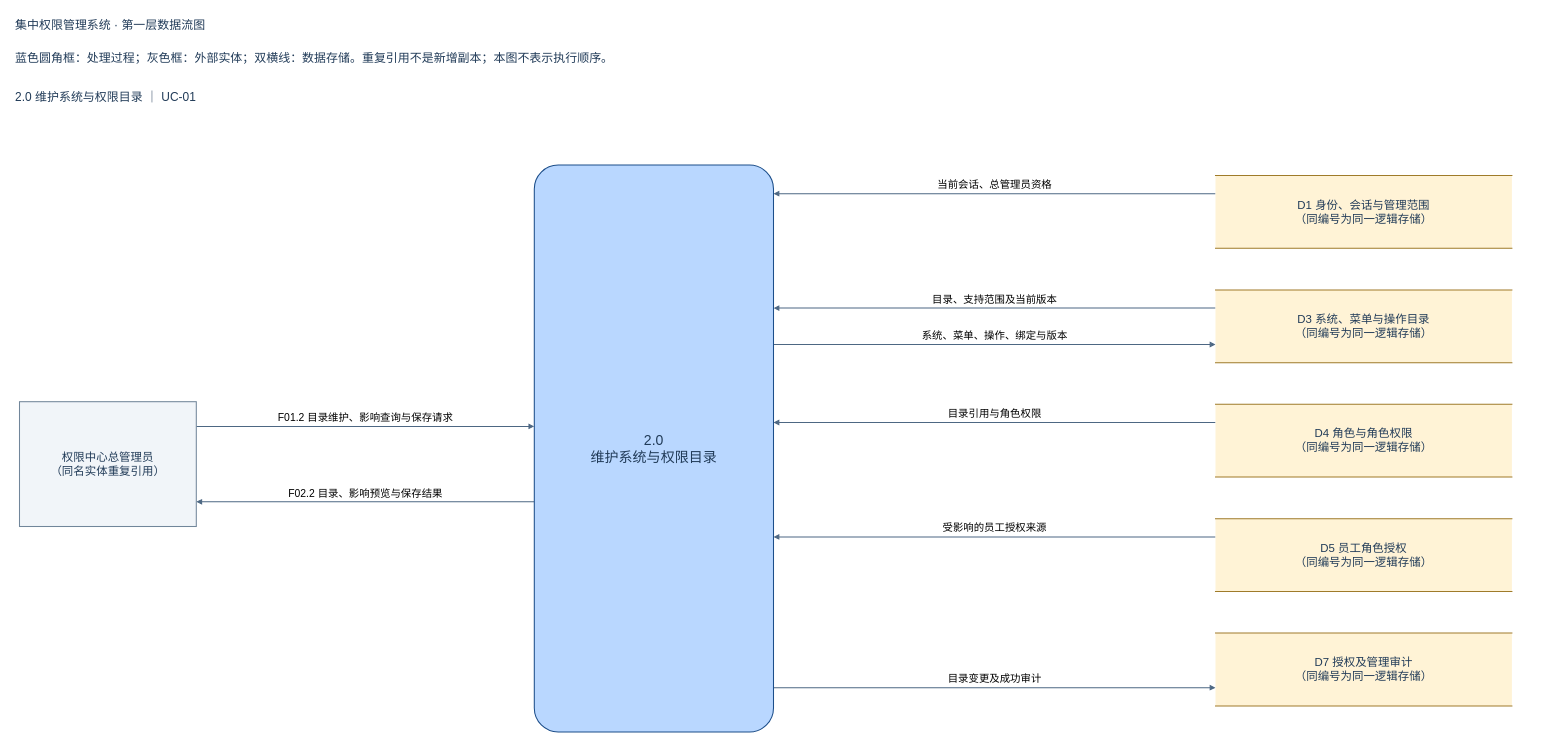
The draw.io diagram page "2.0 维护系统与权限目录" (2 of 7) of docs/dataflows-v1/第一层数据流图_分区阅读.drawio in Noah-hope/RBAC-admin, before the edit. Source tidied: cells renumbered, new cells numbered last; positions are measured from the earlier drawing's top-left corner, leaving out a move shared by most shapes. Both pictures are drawn from the tidied source at 52%, with x=0, y=0 at pixel (9, 9).
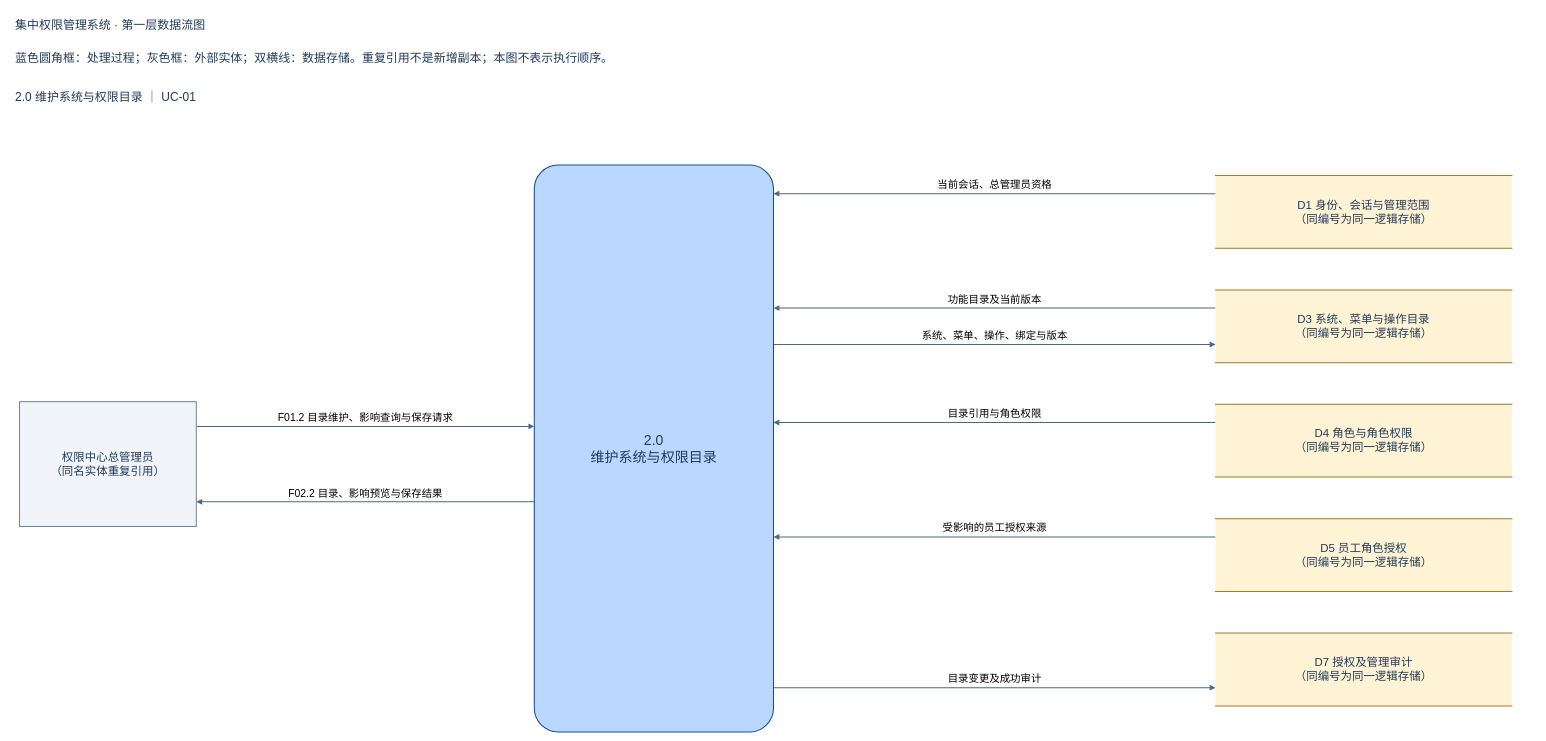
After the change.

The change refers to these unchanged cells:
```xml
<mxCell id="13" value="2.0&lt;br&gt;维护系统与权限目录" style="html=1;whiteSpace=wrap;fontFamily=Microsoft YaHei;fontSize=22;fontColor=#213b58;align=center;verticalAlign=middle;strokeWidth=2;spacing=12;rounded=1;arcSize=10;fillColor=#b9d7ff;strokeColor=#1c4e8a;fontSize=27;" parent="1" vertex="1">
  <mxGeometry x="1010" y="300" width="460" height="1090" as="geometry" />
</mxCell>
<mxCell id="16" value="D3  系统、菜单与操作目录&lt;br&gt;（同编号为同一逻辑存储）" style="html=1;whiteSpace=wrap;fontFamily=Microsoft YaHei;fontSize=22;fontColor=#213b58;align=center;verticalAlign=middle;strokeWidth=2;spacing=12;shape=partialRectangle;left=0;right=0;top=1;bottom=1;fillColor=#fff3d6;strokeColor=#9f7b2a;" parent="1" vertex="1">
  <mxGeometry x="2320" y="540" width="570" height="140" as="geometry" />
</mxCell>
```

Change to the diagram source:
```diff
@@
-    <mxCell id="8" value="目录、支持范围及当前版本" style="html=1;edgeStyle=none;noEdgeStyle=1;rounded=0;curved=0;endArrow=block;endFill=1;strokeColor=#4d6783;strokeWidth=2;fontFamily=Microsoft YaHei;fontSize=20;labelBackgroundColor=#ffffff;exitX=0.0;exitY=0.25;entryX=1.0;entryY=0.25229357798165136;exitPerimeter=0;entryPerimeter=0;" parent="1" edge="1" source="16" target="13">
+    <mxCell id="8" value="功能目录及当前版本" style="html=1;edgeStyle=none;noEdgeStyle=1;rounded=0;curved=0;endArrow=block;endFill=1;strokeColor=#4d6783;strokeWidth=2;fontFamily=Microsoft YaHei;fontSize=20;labelBackgroundColor=#ffffff;exitX=0.0;exitY=0.25;entryX=1.0;entryY=0.25229357798165136;exitPerimeter=0;entryPerimeter=0;" parent="1" edge="1" source="16" target="13">
       <mxGeometry relative="1" as="geometry">
         <mxPoint y="-18" as="offset" />
       </mxGeometry>
     </mxCell>
```
